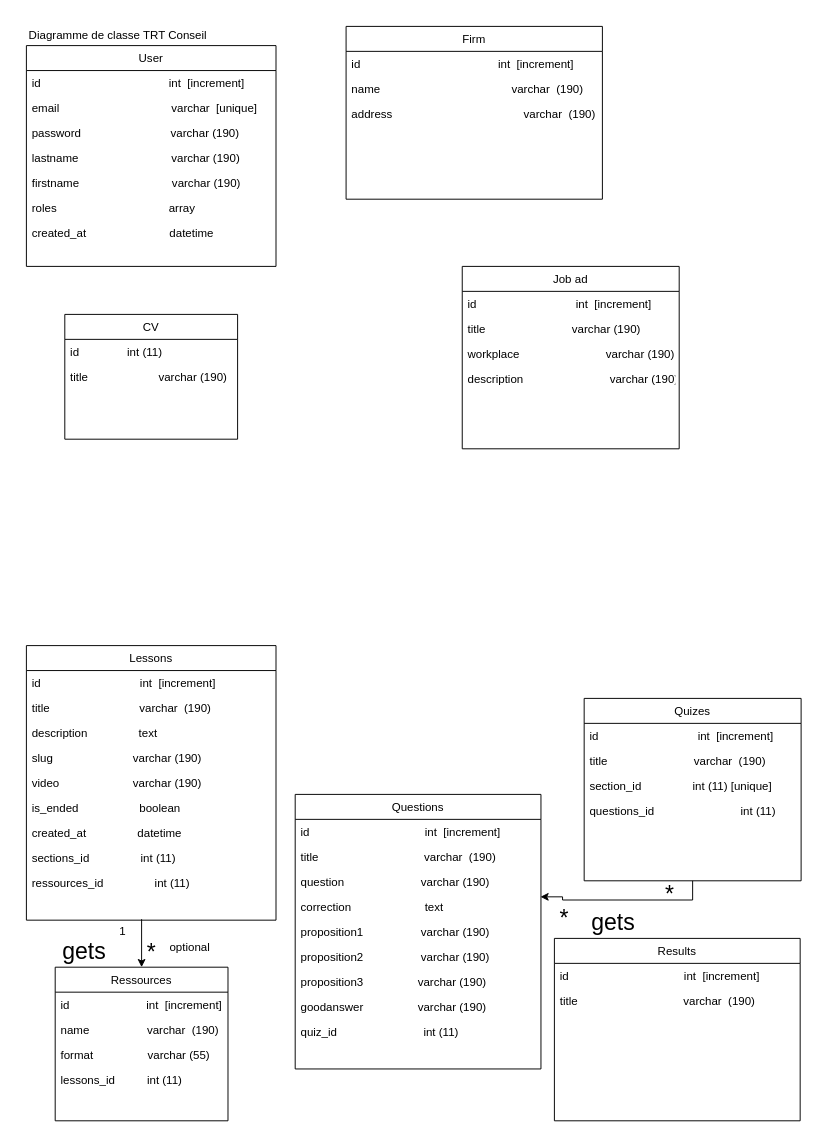
Before: TRT Conseil/diag_de_classe_trt.drawio in cyrisa02/diagrammes-UML, a draw.io diagram. Source tidied: cells renumbered, new cells numbered last; positions are measured from the earlier drawing's top-left corner, leaving out a move shared by most shapes. Both pictures are drawn from the tidied source at 96%, with x=0, y=0 at pixel (16, 21).
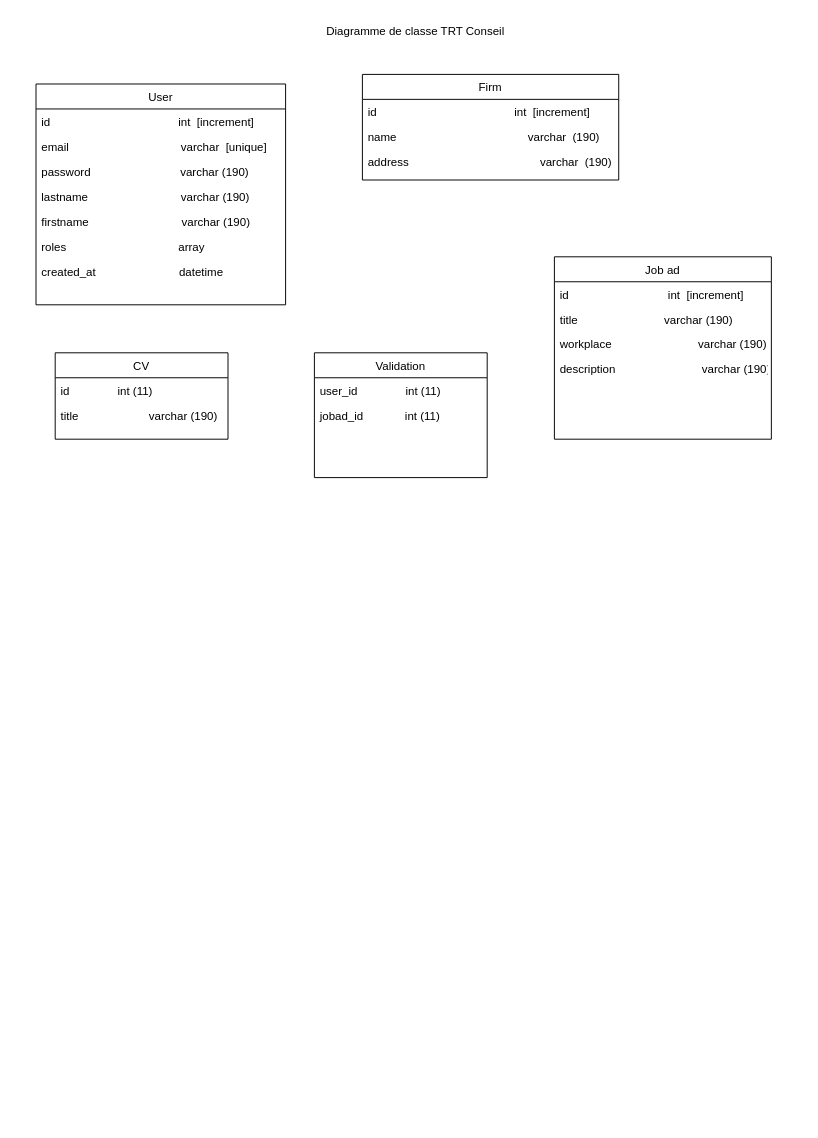
Above is the later version.

What changed in the source:
```diff
@@
     <mxCell id="2" value="User" style="swimlane;fontStyle=0;align=center;verticalAlign=top;horizontal=1;startSize=26;rounded=0;shadow=0;strokeWidth=1;" parent="1" vertex="1">
-      <mxGeometry x="10" y="25" width="260" height="230" as="geometry" />
+      <mxGeometry x="20" y="65" width="260" height="230" as="geometry" />
     </mxCell>
@@
     <mxCell id="10" value="Firm" style="swimlane;fontStyle=0;align=center;verticalAlign=top;horizontal=1;startSize=26;rounded=0;shadow=0;strokeWidth=1;" parent="1" vertex="1">
-      <mxGeometry x="343" y="5" width="267" height="180" as="geometry" />
+      <mxGeometry x="360" y="55" width="267" height="110" as="geometry" />
     </mxCell>
@@
     <mxCell id="14" value="Job ad" style="swimlane;fontStyle=0;align=center;verticalAlign=top;horizontal=1;startSize=26;rounded=0;shadow=0;strokeWidth=1;" parent="1" vertex="1">
-      <mxGeometry x="464" y="255" width="226" height="190" as="geometry" />
+      <mxGeometry x="560" y="245" width="226" height="190" as="geometry" />
     </mxCell>
@@
-    <mxCell id="19" style="edgeStyle=orthogonalEdgeStyle;rounded=0;jettySize=auto;html=1;entryX=0.5;entryY=0;entryDx=0;entryDy=0;" parent="1" edge="1" target="40">
-      <mxGeometry relative="1" as="geometry">
-        <mxPoint x="130" y="935" as="sourcePoint" />
-        <Array as="points">
-          <mxPoint x="130" y="935" />
-        </Array>
-      </mxGeometry>
-    </mxCell>
-    <mxCell id="20" value="Lessons" style="swimlane;fontStyle=0;align=center;verticalAlign=top;horizontal=1;startSize=26;rounded=0;shadow=0;strokeWidth=1;" parent="1" vertex="1">
-      <mxGeometry x="10" y="650" width="260" height="286" as="geometry" />
-    </mxCell>
-    <mxCell id="21" value="id                               int  [increment]" style="text;align=left;verticalAlign=top;spacingLeft=4;spacingRight=4;overflow=hidden;" parent="20" vertex="1">
-      <mxGeometry y="26" width="260" height="26" as="geometry" />
-    </mxCell>
-    <mxCell id="22" value="title                            varchar  (190)" style="text;align=left;verticalAlign=top;spacingLeft=4;spacingRight=4;overflow=hidden;" parent="20" vertex="1">
-      <mxGeometry y="52" width="260" height="26" as="geometry" />
-    </mxCell>
-    <mxCell id="23" value="description                text" style="text;align=left;verticalAlign=top;spacingLeft=4;spacingRight=4;overflow=hidden;" parent="20" vertex="1">
-      <mxGeometry y="78" width="260" height="26" as="geometry" />
-    </mxCell>
-    <mxCell id="24" value="slug                         varchar (190)" style="text;align=left;verticalAlign=top;spacingLeft=4;spacingRight=4;overflow=hidden;" parent="20" vertex="1">
-      <mxGeometry y="104" width="260" height="26" as="geometry" />
-    </mxCell>
-    <mxCell id="25" value="video                       varchar (190)" style="text;align=left;verticalAlign=top;spacingLeft=4;spacingRight=4;overflow=hidden;" parent="20" vertex="1">
-      <mxGeometry y="130" width="260" height="26" as="geometry" />
-    </mxCell>
-    <mxCell id="26" value="is_ended                   boolean" style="text;align=left;verticalAlign=top;spacingLeft=4;spacingRight=4;overflow=hidden;" parent="20" vertex="1">
-      <mxGeometry y="156" width="260" height="26" as="geometry" />
-    </mxCell>
-    <mxCell id="27" value="created_at                datetime" style="text;align=left;verticalAlign=top;spacingLeft=4;spacingRight=4;overflow=hidden;" parent="20" vertex="1">
-      <mxGeometry y="182" width="260" height="26" as="geometry" />
-    </mxCell>
-    <mxCell id="28" value="sections_id                int (11)" style="text;align=left;verticalAlign=top;spacingLeft=4;spacingRight=4;overflow=hidden;" parent="20" vertex="1">
-      <mxGeometry y="208" width="260" height="26" as="geometry" />
-    </mxCell>
-    <mxCell id="29" value="ressources_id                int (11)" style="text;align=left;verticalAlign=top;spacingLeft=4;spacingRight=4;overflow=hidden;" parent="20" vertex="1">
-      <mxGeometry y="234" width="260" height="26" as="geometry" />
-    </mxCell>
-    <mxCell id="30" value="Questions" style="swimlane;fontStyle=0;align=center;verticalAlign=top;horizontal=1;startSize=26;rounded=0;shadow=0;strokeWidth=1;" parent="1" vertex="1">
-      <mxGeometry x="290" y="805" width="256" height="286" as="geometry" />
-    </mxCell>
-    <mxCell id="31" value="id                                    int  [increment]" style="text;align=left;verticalAlign=top;spacingLeft=4;spacingRight=4;overflow=hidden;" parent="30" vertex="1">
-      <mxGeometry y="26" width="256" height="26" as="geometry" />
-    </mxCell>
-    <mxCell id="32" value="title                                 varchar  (190)" style="text;align=left;verticalAlign=top;spacingLeft=4;spacingRight=4;overflow=hidden;" parent="30" vertex="1">
-      <mxGeometry y="52" width="256" height="26" as="geometry" />
-    </mxCell>
-    <mxCell id="33" value="question                        varchar (190)" style="text;align=left;verticalAlign=top;spacingLeft=4;spacingRight=4;overflow=hidden;" parent="30" vertex="1">
-      <mxGeometry y="78" width="256" height="26" as="geometry" />
-    </mxCell>
-    <mxCell id="34" value="correction                       text  " style="text;align=left;verticalAlign=top;spacingLeft=4;spacingRight=4;overflow=hidden;points=[[0,0.5],[1,0.5]];portConstraint=eastwest;" parent="30" vertex="1">
-      <mxGeometry y="104" width="256" height="26" as="geometry" />
-    </mxCell>
-    <mxCell id="35" value="proposition1                  varchar (190)" style="text;align=left;verticalAlign=top;spacingLeft=4;spacingRight=4;overflow=hidden;" parent="30" vertex="1">
-      <mxGeometry y="130" width="256" height="26" as="geometry" />
-    </mxCell>
-    <mxCell id="36" value="proposition2                  varchar (190)" style="text;align=left;verticalAlign=top;spacingLeft=4;spacingRight=4;overflow=hidden;" parent="30" vertex="1">
-      <mxGeometry y="156" width="256" height="26" as="geometry" />
-    </mxCell>
-    <mxCell id="37" value="proposition3                 varchar (190)" style="text;align=left;verticalAlign=top;spacingLeft=4;spacingRight=4;overflow=hidden;" parent="30" vertex="1">
-      <mxGeometry y="182" width="256" height="26" as="geometry" />
-    </mxCell>
-    <mxCell id="38" value="goodanswer                 varchar (190)" style="text;align=left;verticalAlign=top;spacingLeft=4;spacingRight=4;overflow=hidden;" parent="30" vertex="1">
-      <mxGeometry y="208" width="256" height="26" as="geometry" />
-    </mxCell>
-    <mxCell id="39" value="quiz_id                           int (11)" style="text;align=left;verticalAlign=top;spacingLeft=4;spacingRight=4;overflow=hidden;" parent="30" vertex="1">
-      <mxGeometry y="234" width="256" height="26" as="geometry" />
-    </mxCell>
-    <mxCell id="40" value="Ressources" style="swimlane;fontStyle=0;align=center;verticalAlign=top;horizontal=1;startSize=26;rounded=0;shadow=0;strokeWidth=1;" parent="1" vertex="1">
-      <mxGeometry x="40" y="985" width="180" height="160" as="geometry" />
-    </mxCell>
-    <mxCell id="41" value="id                        int  [increment]" style="text;align=left;verticalAlign=top;spacingLeft=4;spacingRight=4;overflow=hidden;" parent="40" vertex="1">
-      <mxGeometry y="26" width="180" height="26" as="geometry" />
-    </mxCell>
-    <mxCell id="42" value="name                  varchar  (190)" style="text;align=left;verticalAlign=top;spacingLeft=4;spacingRight=4;overflow=hidden;" parent="40" vertex="1">
-      <mxGeometry y="52" width="180" height="26" as="geometry" />
-    </mxCell>
-    <mxCell id="43" value="format                 varchar (55)&#10;" style="text;align=left;verticalAlign=top;spacingLeft=4;spacingRight=4;overflow=hidden;" parent="40" vertex="1">
-      <mxGeometry y="78" width="180" height="26" as="geometry" />
-    </mxCell>
-    <mxCell id="44" value="lessons_id          int (11)" style="text;align=left;verticalAlign=top;spacingLeft=4;spacingRight=4;overflow=hidden;" parent="40" vertex="1">
-      <mxGeometry y="104" width="180" height="26" as="geometry" />
-    </mxCell>
-    <mxCell id="45" value="optional" style="text;html=1;align=center;verticalAlign=middle;fillColor=none;strokeColor=none;rounded=0;" parent="1" vertex="1">
-      <mxGeometry x="150" y="955" width="60" height="20" as="geometry" />
-    </mxCell>
-    <mxCell id="46" style="edgeStyle=orthogonalEdgeStyle;rounded=0;jettySize=auto;html=1;exitX=0.5;exitY=1;exitDx=0;exitDy=0;entryX=0.998;entryY=0.104;entryDx=0;entryDy=0;entryPerimeter=0;fontSize=48;" parent="1" edge="1" source="47" target="34">
-      <mxGeometry relative="1" as="geometry" />
-    </mxCell>
-    <mxCell id="47" value="Quizes" style="swimlane;fontStyle=0;align=center;verticalAlign=top;horizontal=1;startSize=26;rounded=0;shadow=0;strokeWidth=1;" parent="1" vertex="1">
-      <mxGeometry x="591" y="705" width="226" height="190" as="geometry" />
-    </mxCell>
-    <mxCell id="48" value="id                               int  [increment]" style="text;align=left;verticalAlign=top;spacingLeft=4;spacingRight=4;overflow=hidden;" parent="47" vertex="1">
-      <mxGeometry y="26" width="226" height="26" as="geometry" />
-    </mxCell>
-    <mxCell id="49" value="title                           varchar  (190)" style="text;align=left;verticalAlign=top;spacingLeft=4;spacingRight=4;overflow=hidden;" parent="47" vertex="1">
-      <mxGeometry y="52" width="226" height="26" as="geometry" />
-    </mxCell>
-    <mxCell id="50" value="section_id                int (11) [unique]" style="text;align=left;verticalAlign=top;spacingLeft=4;spacingRight=4;overflow=hidden;" parent="47" vertex="1">
-      <mxGeometry y="78" width="226" height="26" as="geometry" />
-    </mxCell>
-    <mxCell id="51" value="questions_id                           int (11)" style="text;align=left;verticalAlign=top;spacingLeft=4;spacingRight=4;overflow=hidden;" parent="47" vertex="1">
-      <mxGeometry y="104" width="226" height="26" as="geometry" />
-    </mxCell>
-    <mxCell id="52" value="*" style="text;html=1;align=center;verticalAlign=middle;fillColor=none;strokeColor=none;rounded=0;fontSize=24;" parent="1" vertex="1">
-      <mxGeometry x="560" y="920" width="20" height="30" as="geometry" />
-    </mxCell>
-    <mxCell id="53" value="1" style="text;html=1;align=center;verticalAlign=middle;fillColor=none;strokeColor=none;rounded=0;" parent="1" vertex="1">
-      <mxGeometry x="100" y="938" width="20" height="20" as="geometry" />
-    </mxCell>
-    <mxCell id="54" value="*" style="text;html=1;align=center;verticalAlign=middle;fillColor=none;strokeColor=none;rounded=0;fontSize=24;" parent="1" vertex="1">
-      <mxGeometry x="130" y="955" width="20" height="30" as="geometry" />
-    </mxCell>
-    <mxCell id="55" value="&lt;font style=&quot;font-size: 24px;&quot;&gt;get&lt;/font&gt;&lt;font style=&quot;font-size: 24px;&quot;&gt;s&lt;/font&gt;" style="text;html=1;align=center;verticalAlign=middle;fillColor=none;strokeColor=none;rounded=0;fontSize=48;" parent="1" vertex="1">
-      <mxGeometry x="40" y="925" width="60" height="70" as="geometry" />
-    </mxCell>
-    <mxCell id="56" value="&lt;font style=&quot;font-size: 24px;&quot;&gt;get&lt;/font&gt;&lt;font style=&quot;font-size: 24px;&quot;&gt;s&lt;/font&gt;" style="text;html=1;align=center;verticalAlign=middle;fillColor=none;strokeColor=none;rounded=0;fontSize=48;" parent="1" vertex="1">
-      <mxGeometry x="591" y="895" width="60" height="70" as="geometry" />
-    </mxCell>
     <mxCell id="57" value="Diagramme de classe TRT Conseil" style="text;html=1;align=center;verticalAlign=middle;fillColor=none;strokeColor=none;rounded=0;" parent="1" vertex="1">
-      <mxGeometry width="210" height="30" as="geometry" />
+      <mxGeometry x="310" y="-5" width="210" height="30" as="geometry" />
     </mxCell>
     <mxCell id="58" value="CV" style="swimlane;fontStyle=0;align=center;verticalAlign=top;horizontal=1;startSize=26;rounded=0;shadow=0;strokeWidth=1;" parent="1" vertex="1">
-      <mxGeometry x="50" y="305" width="180" height="130" as="geometry" />
+      <mxGeometry x="40" y="345" width="180" height="90" as="geometry" />
     </mxCell>
@@
-    <mxCell id="61" value="*" style="text;html=1;align=center;verticalAlign=middle;fillColor=none;strokeColor=none;rounded=0;fontSize=24;" parent="1" vertex="1">
-      <mxGeometry x="670" y="895" width="20" height="30" as="geometry" />
-    </mxCell>
-    <mxCell id="62" value="Results" style="swimlane;fontStyle=0;align=center;verticalAlign=top;horizontal=1;startSize=26;rounded=0;shadow=0;strokeWidth=1;" parent="1" vertex="1">
-      <mxGeometry x="560" y="955" width="256" height="190" as="geometry" />
-    </mxCell>
-    <mxCell id="63" value="id                                    int  [increment]" style="text;align=left;verticalAlign=top;spacingLeft=4;spacingRight=4;overflow=hidden;" parent="62" vertex="1">
-      <mxGeometry y="26" width="256" height="26" as="geometry" />
-    </mxCell>
-    <mxCell id="64" value="title                                 varchar  (190)" style="text;align=left;verticalAlign=top;spacingLeft=4;spacingRight=4;overflow=hidden;" parent="62" vertex="1">
-      <mxGeometry y="52" width="256" height="26" as="geometry" />
-    </mxCell>
+    <mxCell id="65" value="Validation" style="swimlane;fontStyle=0;align=center;verticalAlign=top;horizontal=1;startSize=26;rounded=0;shadow=0;strokeWidth=1;" parent="1" vertex="1">
+      <mxGeometry x="310" y="345" width="180" height="130" as="geometry" />
+    </mxCell>
+    <mxCell id="66" value="user_id               int (11)" style="text;align=left;verticalAlign=top;spacingLeft=4;spacingRight=4;overflow=hidden;" parent="65" vertex="1">
+      <mxGeometry y="26" width="180" height="26" as="geometry" />
+    </mxCell>
+    <mxCell id="67" value="jobad_id             int (11)" style="text;align=left;verticalAlign=top;spacingLeft=4;spacingRight=4;overflow=hidden;" parent="65" vertex="1">
+      <mxGeometry y="52" width="180" height="26" as="geometry" />
+    </mxCell>
```
